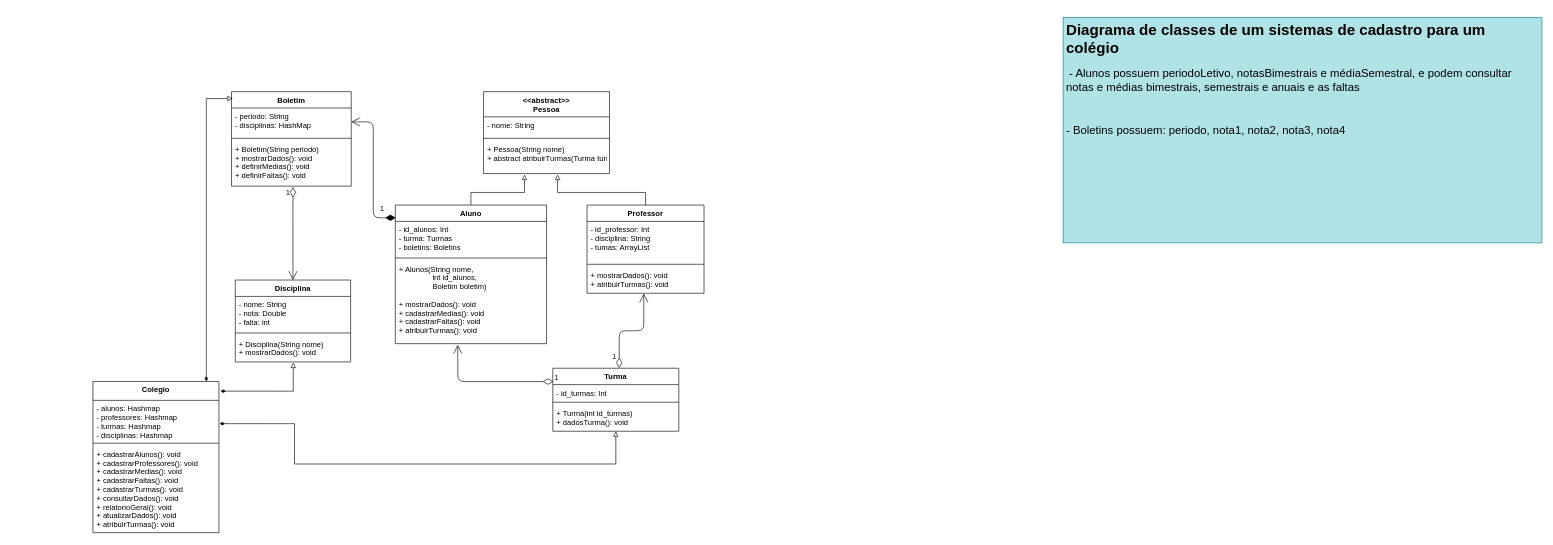
This is diagrama_classes2.drawio from moreirafelipe/dh-poo-checkpoint1, a draw.io file, before an edit. Source tidied: cells renumbered, new cells numbered last; positions are measured from the earlier drawing's top-left corner, leaving out a move shared by most shapes. Both pictures are drawn from the tidied source at 63%, with x=0, y=0 at pixel (93, 17).
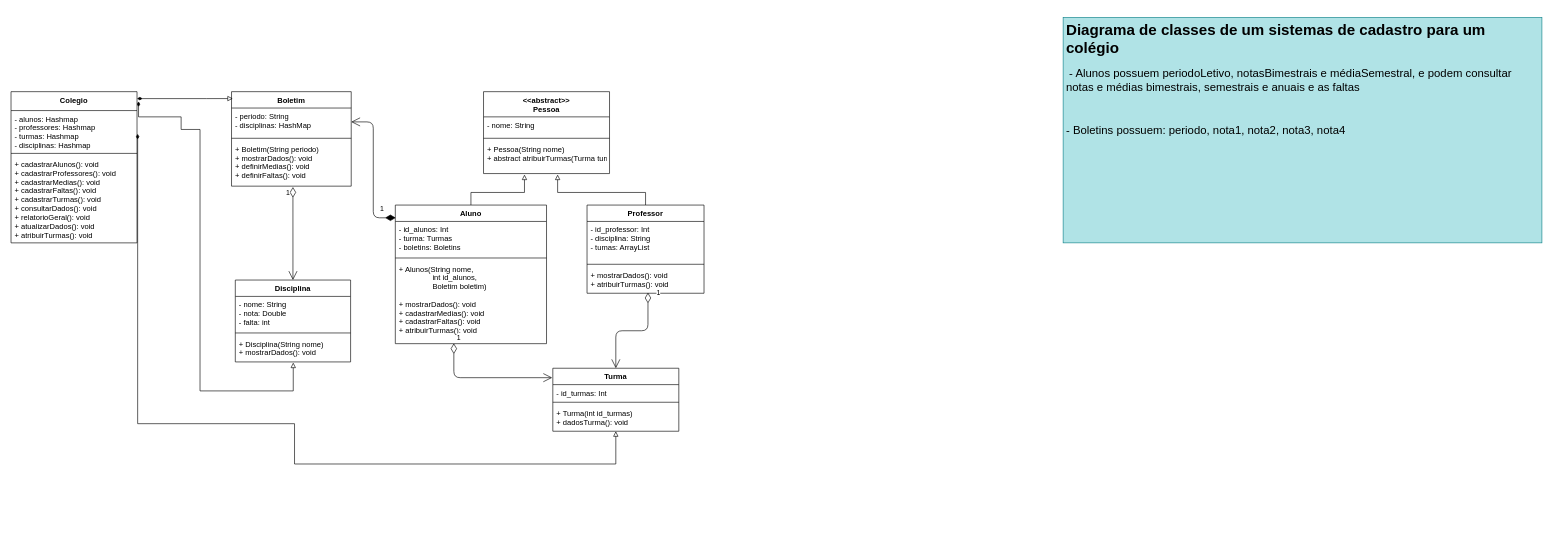
Above is the later version.

Unchanged cells that the change refers to:
```xml
<mxCell id="2" value="Turma" style="swimlane;fontStyle=1;align=center;verticalAlign=top;horizontal=1;startSize=26;" parent="1" vertex="1">
  <mxGeometry x="730" y="557" width="200" height="100" as="geometry" />
</mxCell>
<mxCell id="10" value="+ mostrarDados(): void&#10;+ atribuirTurmas(): void" style="text;strokeColor=none;fillColor=none;align=left;verticalAlign=top;spacingLeft=4;spacingRight=4;overflow=hidden;points=[[0,0.5],[1,0.5]];portConstraint=eastwest;" parent="7" vertex="1">
  <mxGeometry y="98" width="185.7" height="42" as="geometry" />
</mxCell>
<mxCell id="15" value="+ Alunos(String nome,&#10;                int id_alunos,&#10;                Boletim boletim)&#10;&#10;+ mostrarDados(): void&#10;+ cadastrarMedias(): void&#10;+ cadastrarFaltas(): void&#10;+ atribuirTurmas(): void" style="text;strokeColor=none;fillColor=none;align=left;verticalAlign=top;spacingLeft=4;spacingRight=4;overflow=hidden;points=[[0,0.5],[1,0.5]];portConstraint=eastwest;" parent="12" vertex="1">
  <mxGeometry y="88" width="240" height="132" as="geometry" />
</mxCell>
```

Diff of the diagram source:
```diff
@@
     <mxCell id="32" style="edgeStyle=orthogonalEdgeStyle;rounded=0;jettySize=auto;html=1;startArrow=diamondThin;startFill=1;endArrow=block;endFill=0;exitX=1.012;exitY=0.064;exitDx=0;exitDy=0;exitPerimeter=0;" parent="1" edge="1" source="34">
       <mxGeometry relative="1" as="geometry">
         <mxPoint x="318" y="548" as="targetPoint" />
         <Array as="points">
+          <mxPoint x="72" y="158" />
+          <mxPoint x="140" y="158" />
+          <mxPoint x="140" y="178" />
+          <mxPoint x="170" y="178" />
+          <mxPoint x="170" y="593" />
           <mxPoint x="318" y="593" />
         </Array>
       </mxGeometry>
     </mxCell>
@@
     <mxCell id="34" value="Colegio" style="swimlane;fontStyle=1;align=center;verticalAlign=top;horizontal=1;startSize=30;" parent="1" vertex="1">
-      <mxGeometry y="578" width="200" height="240" as="geometry" />
+      <mxGeometry x="-130" y="118" width="200" height="240" as="geometry" />
     </mxCell>
@@
-    <mxCell id="38" value="1" style="endArrow=open;html=1;endSize=12;startArrow=diamondThin;startSize=14;startFill=0;align=left;verticalAlign=bottom;entryX=0.485;entryY=1.011;entryDx=0;entryDy=0;entryPerimeter=0;exitX=0.527;exitY=-0.004;exitDx=0;exitDy=0;exitPerimeter=0;edgeStyle=orthogonalEdgeStyle;" parent="1" edge="1" source="2" target="10">
+    <mxCell id="38" value="1" style="endArrow=open;html=1;endSize=12;startArrow=diamondThin;startSize=14;startFill=0;align=left;verticalAlign=bottom;edgeStyle=orthogonalEdgeStyle;exitX=0.521;exitY=0.976;exitDx=0;exitDy=0;exitPerimeter=0;entryX=0.5;entryY=0;entryDx=0;entryDy=0;" parent="1" edge="1" source="10" target="2">
       <mxGeometry x="-0.89" y="12" relative="1" as="geometry" />
     </mxCell>
-    <mxCell id="39" value="1" style="endArrow=open;html=1;endSize=12;startArrow=diamondThin;startSize=14;startFill=0;edgeStyle=orthogonalEdgeStyle;align=left;verticalAlign=bottom;exitX=0.004;exitY=0.212;exitDx=0;exitDy=0;entryX=0.413;entryY=1.014;entryDx=0;entryDy=0;entryPerimeter=0;exitPerimeter=0;" parent="1" edge="1" source="2" target="15">
+    <mxCell id="39" value="1" style="endArrow=open;html=1;endSize=12;startArrow=diamondThin;startSize=14;startFill=0;edgeStyle=orthogonalEdgeStyle;align=left;verticalAlign=bottom;entryX=-0.005;entryY=0.15;entryDx=0;entryDy=0;entryPerimeter=0;exitX=0.387;exitY=0.996;exitDx=0;exitDy=0;exitPerimeter=0;" parent="1" edge="1" source="15" target="2">
       <mxGeometry x="-1" y="3" relative="1" as="geometry">
         <Array as="points">
-          <mxPoint x="579" y="578" />
+          <mxPoint x="573" y="572" />
         </Array>
       </mxGeometry>
     </mxCell>
```
